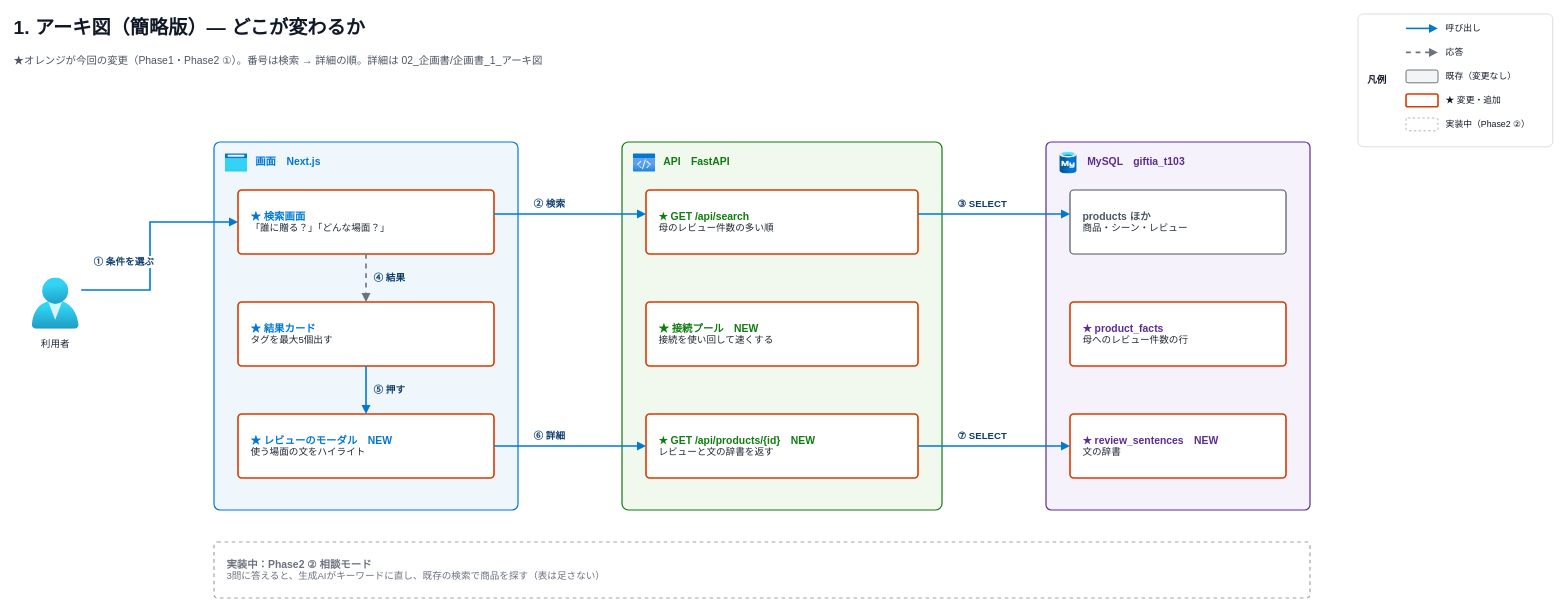
This is docs/図/03_企画書_簡略版/1_アーキ図.drawio from TanobeYuya/Step3-1_giftia-mikkanbe, a draw.io file, before an edit. Source tidied: cells renumbered, new cells numbered last; positions are measured from the earlier drawing's top-left corner, leaving out a move shared by most shapes. Both pictures are drawn from the tidied source at 80%, with x=0, y=0 at pixel (14, 14).
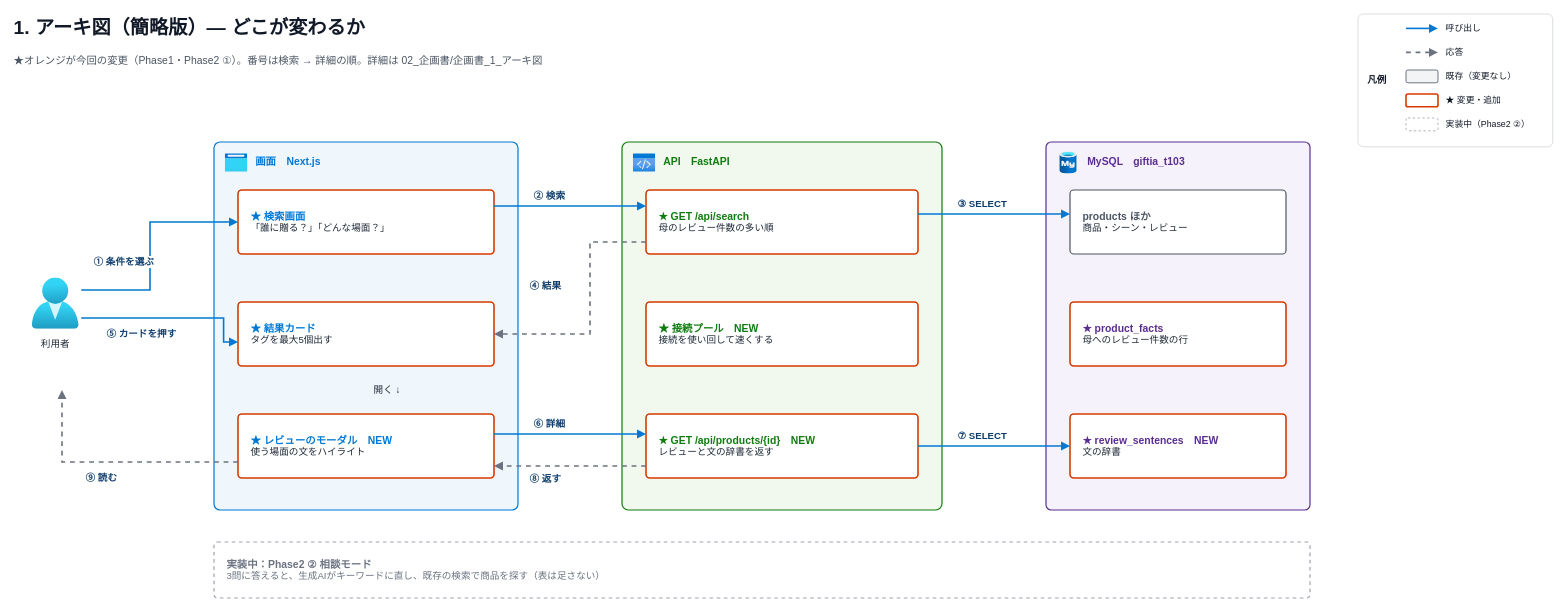
The same page after the edit.

Commit message (it also covers changes not shown here):
docs(docs): 簡略版のアーキ図に利用者の操作と戻りを足し、番号をシーケンス図とそろえる

The edit, as a diff of the source:
```diff
@@
     <mxCell id="38" style="fontFamily=BIZ UDGothic;html=1;edgeStyle=none;rounded=0;endArrow=block;endFill=1;fontSize=12;labelBackgroundColor=#FFFFFF;strokeColor=#0078D4;strokeWidth=2;" parent="1" edge="1">
       <mxGeometry relative="1" as="geometry">
-        <mxPoint x="600" y="250" as="sourcePoint" />
-        <mxPoint x="790" y="250" as="targetPoint" />
+        <mxPoint x="600" y="240" as="sourcePoint" />
+        <mxPoint x="790" y="240" as="targetPoint" />
       </mxGeometry>
     </mxCell>
     <mxCell id="39" value="② 検索" style="fontFamily=BIZ UDGothic;html=1;whiteSpace=wrap;text;strokeColor=none;fillColor=none;align=left;verticalAlign=middle;fontSize=12;fontColor=#0F3E6E;spacing=0;fontStyle=1;" parent="1" vertex="1">
-      <mxGeometry x="650" y="228" width="50" height="20" as="geometry" />
+      <mxGeometry x="650" y="218" width="50" height="20" as="geometry" />
     </mxCell>
@@
     <mxCell id="42" style="fontFamily=BIZ UDGothic;html=1;edgeStyle=none;rounded=0;endArrow=block;endFill=1;fontSize=12;labelBackgroundColor=#FFFFFF;strokeColor=#6B7280;strokeWidth=2;dashed=1;" parent="1" edge="1">
       <mxGeometry relative="1" as="geometry">
-        <mxPoint x="440" y="300" as="sourcePoint" />
-        <mxPoint x="440" y="360" as="targetPoint" />
+        <mxPoint x="790" y="285" as="sourcePoint" />
+        <mxPoint x="600" y="400" as="targetPoint" />
+        <Array as="points">
+          <mxPoint x="720" y="285" />
+          <mxPoint x="720" y="400" />
+        </Array>
       </mxGeometry>
     </mxCell>
     <mxCell id="43" value="④ 結果" style="fontFamily=BIZ UDGothic;html=1;whiteSpace=wrap;text;strokeColor=none;fillColor=none;align=left;verticalAlign=middle;fontSize=12;fontColor=#0F3E6E;spacing=0;fontStyle=1;" parent="1" vertex="1">
-      <mxGeometry x="450" y="320" width="50" height="20" as="geometry" />
+      <mxGeometry x="645" y="330" width="50" height="20" as="geometry" />
     </mxCell>
     <mxCell id="44" style="fontFamily=BIZ UDGothic;html=1;edgeStyle=none;rounded=0;endArrow=block;endFill=1;fontSize=12;labelBackgroundColor=#FFFFFF;strokeColor=#0078D4;strokeWidth=2;" parent="1" edge="1">
       <mxGeometry relative="1" as="geometry">
-        <mxPoint x="440" y="440" as="sourcePoint" />
-        <mxPoint x="440" y="500" as="targetPoint" />
+        <mxPoint x="84" y="380" as="sourcePoint" />
+        <mxPoint x="280" y="410" as="targetPoint" />
+        <Array as="points">
+          <mxPoint x="262" y="380" />
+          <mxPoint x="262" y="410" />
+        </Array>
       </mxGeometry>
     </mxCell>
-    <mxCell id="45" value="⑤ 押す" style="fontFamily=BIZ UDGothic;html=1;whiteSpace=wrap;text;strokeColor=none;fillColor=none;align=left;verticalAlign=middle;fontSize=12;fontColor=#0F3E6E;spacing=0;fontStyle=1;" parent="1" vertex="1">
-      <mxGeometry x="450" y="460" width="50" height="20" as="geometry" />
+    <mxCell id="45" value="⑤ カードを押す" style="fontFamily=BIZ UDGothic;html=1;whiteSpace=wrap;text;strokeColor=none;fillColor=none;align=left;verticalAlign=middle;fontSize=12;fontColor=#0F3E6E;spacing=0;fontStyle=1;labelBackgroundColor=#FFFFFF;" parent="1" vertex="1">
+      <mxGeometry x="116" y="390" width="98" height="20" as="geometry" />
     </mxCell>
-    <mxCell id="46" style="fontFamily=BIZ UDGothic;html=1;edgeStyle=none;rounded=0;endArrow=block;endFill=1;fontSize=12;labelBackgroundColor=#FFFFFF;strokeColor=#0078D4;strokeWidth=2;" parent="1" edge="1">
-      <mxGeometry relative="1" as="geometry">
-        <mxPoint x="600" y="540" as="sourcePoint" />
-        <mxPoint x="790" y="540" as="targetPoint" />
-      </mxGeometry>
+    <mxCell id="46" value="開く ↓" style="fontFamily=BIZ UDGothic;html=1;whiteSpace=wrap;text;strokeColor=none;fillColor=none;align=left;verticalAlign=middle;fontSize=12;fontColor=#1F2937;spacing=0;" parent="1" vertex="1">
+      <mxGeometry x="450" y="455" width="80" height="30" as="geometry" />
     </mxCell>
-    <mxCell id="47" value="⑥ 詳細" style="fontFamily=BIZ UDGothic;html=1;whiteSpace=wrap;text;strokeColor=none;fillColor=none;align=left;verticalAlign=middle;fontSize=12;fontColor=#0F3E6E;spacing=0;fontStyle=1;" parent="1" vertex="1">
-      <mxGeometry x="650" y="518" width="50" height="20" as="geometry" />
+    <mxCell id="47" style="fontFamily=BIZ UDGothic;html=1;edgeStyle=none;rounded=0;endArrow=block;endFill=1;fontSize=12;labelBackgroundColor=#FFFFFF;strokeColor=#0078D4;strokeWidth=2;" parent="1" edge="1">
+      <mxGeometry relative="1" as="geometry">
+        <mxPoint x="600" y="525" as="sourcePoint" />
+        <mxPoint x="790" y="525" as="targetPoint" />
+      </mxGeometry>
     </mxCell>
-    <mxCell id="48" style="fontFamily=BIZ UDGothic;html=1;edgeStyle=none;rounded=0;endArrow=block;endFill=1;fontSize=12;labelBackgroundColor=#FFFFFF;strokeColor=#0078D4;strokeWidth=2;" parent="1" edge="1">
-      <mxGeometry relative="1" as="geometry">
-        <mxPoint x="1130" y="540" as="sourcePoint" />
-        <mxPoint x="1320" y="540" as="targetPoint" />
-      </mxGeometry>
+    <mxCell id="48" value="⑥ 詳細" style="fontFamily=BIZ UDGothic;html=1;whiteSpace=wrap;text;strokeColor=none;fillColor=none;align=left;verticalAlign=middle;fontSize=12;fontColor=#0F3E6E;spacing=0;fontStyle=1;" parent="1" vertex="1">
+      <mxGeometry x="650" y="503" width="50" height="20" as="geometry" />
     </mxCell>
-    <mxCell id="49" value="⑦ SELECT" style="fontFamily=BIZ UDGothic;html=1;whiteSpace=wrap;text;strokeColor=none;fillColor=none;align=left;verticalAlign=middle;fontSize=12;fontColor=#0F3E6E;spacing=0;fontStyle=1;" parent="1" vertex="1">
-      <mxGeometry x="1180" y="518" width="65" height="20" as="geometry" />
+    <mxCell id="49" style="fontFamily=BIZ UDGothic;html=1;edgeStyle=none;rounded=0;endArrow=block;endFill=1;fontSize=12;labelBackgroundColor=#FFFFFF;strokeColor=#0078D4;strokeWidth=2;" parent="1" edge="1">
+      <mxGeometry relative="1" as="geometry">
+        <mxPoint x="1130" y="540" as="sourcePoint" />
+        <mxPoint x="1320" y="540" as="targetPoint" />
+      </mxGeometry>
     </mxCell>
-    <mxCell id="50" value="&lt;font style='font-size:13px' color='#6B7280'&gt;&lt;b&gt;実装中：Phase2 ② 相談モード&lt;/b&gt;&lt;/font&gt;&lt;br&gt;&lt;font color='#6B7280'&gt;3問に答えると、生成AIがキーワードに直し、既存の検索で商品を探す（表は足さない）&lt;/font&gt;" style="fontFamily=BIZ UDGothic;html=1;whiteSpace=wrap;rounded=1;arcSize=6;fillColor=#FFFFFF;strokeColor=#9CA3AF;strokeWidth=1.5;dashed=1;align=left;verticalAlign=middle;spacingLeft=14;spacingRight=10;fontSize=12;" parent="1" vertex="1">
-      <mxGeometry x="250" y="660" width="1370" height="70" as="geometry" />
+    <mxCell id="50" value="⑦ SELECT" style="fontFamily=BIZ UDGothic;html=1;whiteSpace=wrap;text;strokeColor=none;fillColor=none;align=left;verticalAlign=middle;fontSize=12;fontColor=#0F3E6E;spacing=0;fontStyle=1;" parent="1" vertex="1">
+      <mxGeometry x="1180" y="518" width="65" height="20" as="geometry" />
     </mxCell>
+    <mxCell id="51" style="fontFamily=BIZ UDGothic;html=1;edgeStyle=none;rounded=0;endArrow=block;endFill=1;fontSize=12;labelBackgroundColor=#FFFFFF;strokeColor=#6B7280;strokeWidth=2;dashed=1;" parent="1" edge="1">
+      <mxGeometry relative="1" as="geometry">
+        <mxPoint x="790" y="565" as="sourcePoint" />
+        <mxPoint x="600" y="565" as="targetPoint" />
+      </mxGeometry>
+    </mxCell>
+    <mxCell id="52" value="⑧ 返す" style="fontFamily=BIZ UDGothic;html=1;whiteSpace=wrap;text;strokeColor=none;fillColor=none;align=left;verticalAlign=middle;fontSize=12;fontColor=#0F3E6E;spacing=0;fontStyle=1;" parent="1" vertex="1">
+      <mxGeometry x="645" y="572" width="50" height="20" as="geometry" />
+    </mxCell>
+    <mxCell id="53" style="fontFamily=BIZ UDGothic;html=1;edgeStyle=none;rounded=0;endArrow=block;endFill=1;fontSize=12;labelBackgroundColor=#FFFFFF;strokeColor=#6B7280;strokeWidth=2;dashed=1;" parent="1" edge="1">
+      <mxGeometry relative="1" as="geometry">
+        <mxPoint x="280" y="560" as="sourcePoint" />
+        <mxPoint x="60" y="470" as="targetPoint" />
+        <Array as="points">
+          <mxPoint x="60" y="560" />
+        </Array>
+      </mxGeometry>
+    </mxCell>
+    <mxCell id="54" value="⑨ 読む" style="fontFamily=BIZ UDGothic;html=1;whiteSpace=wrap;text;strokeColor=none;fillColor=none;align=left;verticalAlign=middle;fontSize=12;fontColor=#0F3E6E;spacing=0;fontStyle=1;labelBackgroundColor=#FFFFFF;" parent="1" vertex="1">
+      <mxGeometry x="90" y="570" width="50" height="20" as="geometry" />
+    </mxCell>
+    <mxCell id="55" value="&lt;font style='font-size:13px' color='#6B7280'&gt;&lt;b&gt;実装中：Phase2 ② 相談モード&lt;/b&gt;&lt;/font&gt;&lt;br&gt;&lt;font color='#6B7280'&gt;3問に答えると、生成AIがキーワードに直し、既存の検索で商品を探す（表は足さない）&lt;/font&gt;" style="fontFamily=BIZ UDGothic;html=1;whiteSpace=wrap;rounded=1;arcSize=6;fillColor=#FFFFFF;strokeColor=#9CA3AF;strokeWidth=1.5;dashed=1;align=left;verticalAlign=middle;spacingLeft=14;spacingRight=10;fontSize=12;" parent="1" vertex="1">
+      <mxGeometry x="250" y="660" width="1370" height="70" as="geometry" />
+    </mxCell>
```
